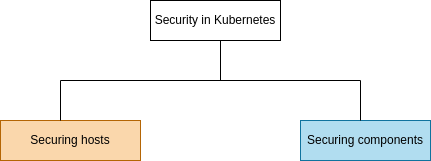
Earlier version of the draw.io export Wiki-page-images/Research_Question/security1.drawio.png (dikshita-git/RP_Study-on-Ingress-and-its-security-IPv4-IPv6-). Source tidied: cells renumbered, new cells last; positions are measured from the earlier drawing's top-left corner, leaving out a move shared by most shapes.
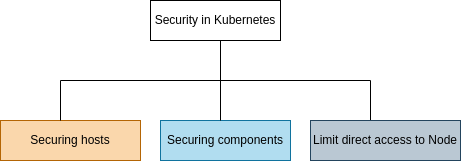
After the commit.

The edit, as a diff of the source:
```diff
@@ -14,14 +14,14 @@
     <mxCell id="4" style="endArrow=none;html=1;rounded=0;" parent="1" edge="1">
       <mxGeometry relative="1" as="geometry">
         <mxPoint x="60" y="80" as="sourcePoint" />
-        <mxPoint x="360" y="80" as="targetPoint" />
+        <mxPoint x="370" y="80" as="targetPoint" />
       </mxGeometry>
     </mxCell>
     <mxCell id="5" value="Securing hosts" style="rounded=0;whiteSpace=wrap;html=1;fillColor=#fad7ac;strokeColor=#b46504;" parent="1" vertex="1">
       <mxGeometry y="120" width="140" height="40" as="geometry" />
     </mxCell>
     <mxCell id="6" value="Securing components" style="rounded=0;whiteSpace=wrap;html=1;fillColor=#b1ddf0;strokeColor=#10739e;" parent="1" vertex="1">
-      <mxGeometry x="300" y="120" width="130" height="40" as="geometry" />
+      <mxGeometry x="160" y="120" width="130" height="40" as="geometry" />
     </mxCell>
     <mxCell id="7" style="endArrow=none;html=1;rounded=0;" parent="1" edge="1">
       <mxGeometry relative="1" as="geometry">
@@ -31,9 +31,18 @@
     </mxCell>
     <mxCell id="8" style="endArrow=none;html=1;rounded=0;" parent="1" edge="1">
       <mxGeometry relative="1" as="geometry">
-        <mxPoint x="360" y="120" as="sourcePoint" />
-        <mxPoint x="360" y="80" as="targetPoint" />
+        <mxPoint x="220" y="120" as="sourcePoint" />
+        <mxPoint x="220" y="80" as="targetPoint" />
       </mxGeometry>
     </mxCell>
+    <mxCell id="9" style="endArrow=none;html=1;rounded=0;" parent="1" edge="1">
+      <mxGeometry relative="1" as="geometry">
+        <mxPoint x="370" y="130" as="sourcePoint" />
+        <mxPoint x="370" y="80" as="targetPoint" />
+      </mxGeometry>
+    </mxCell>
+    <mxCell id="10" value="Limit direct access to Node" style="rounded=0;whiteSpace=wrap;html=1;fillColor=#bac8d3;strokeColor=#23445d;" parent="1" vertex="1">
+      <mxGeometry x="310" y="120" width="150" height="40" as="geometry" />
+    </mxCell>
   </root>
 </mxGraphModel>
```
